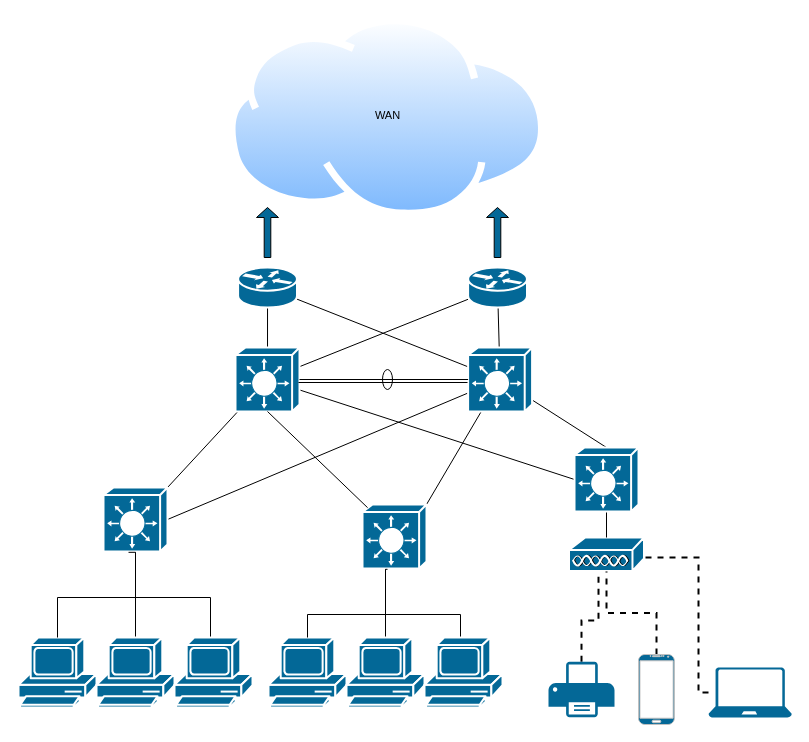
Earlier version of the draw.io diagram page "Page-1" (1 of 2) of SuperNetwork.drawio (Reaimua/Network-Architecture-Project). Source tidied: cells renumbered, new cells numbered last; positions are measured from the earlier drawing's top-left corner, leaving out a move shared by most shapes. Both pictures are drawn from the tidied source at 100%, with x=0, y=0 at pixel (18, 17).
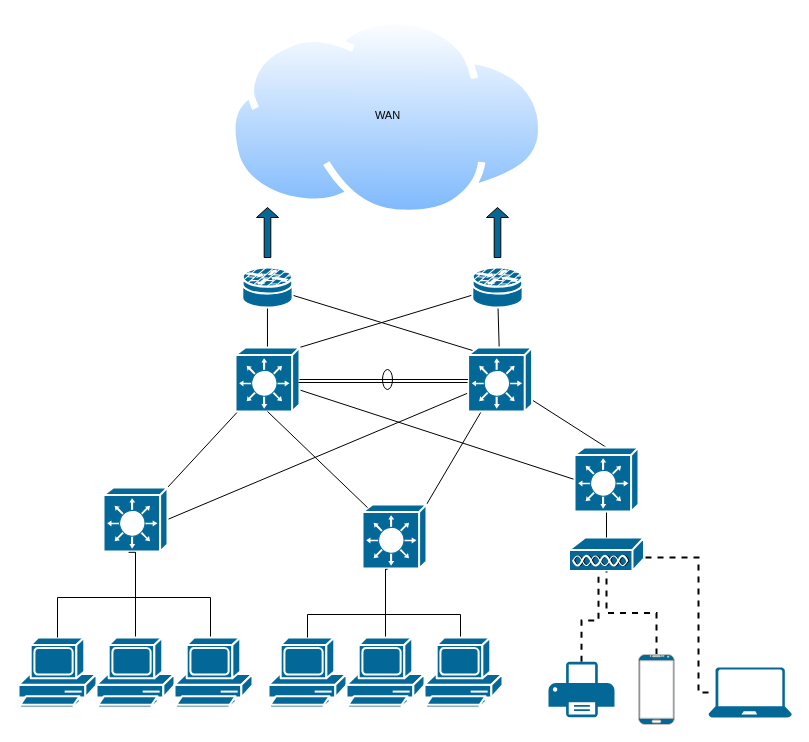
The same page after the edit.

The change refers to these unchanged cells:
```xml
<mxCell id="36" style="shape=mxgraph.cisco.switches.layer_3_switch;html=1;dashed=0;fillColor=#036897;strokeColor=#ffffff;strokeWidth=2;verticalLabelPosition=bottom;verticalAlign=top;align=center;outlineConnect=0;fontFamily=Helvetica;fontSize=11;fontColor=default;" parent="1" vertex="1">
  <mxGeometry x="449.6" y="330" width="64" height="64" as="geometry" />
</mxCell>
<mxCell id="39" style="shape=mxgraph.cisco.switches.layer_3_switch;html=1;dashed=0;fillColor=#036897;strokeColor=#ffffff;strokeWidth=2;verticalLabelPosition=bottom;verticalAlign=top;align=center;outlineConnect=0;fontFamily=Helvetica;fontSize=11;fontColor=default;" parent="1" vertex="1">
  <mxGeometry x="217" y="330" width="64" height="64" as="geometry" />
</mxCell>
```

Change to the diagram source:
```diff
@@
-    <mxCell id="34" style="edgeStyle=none;shape=connector;rounded=0;jettySize=auto;html=1;labelBackgroundColor=default;strokeColor=default;align=center;verticalAlign=middle;fontFamily=Helvetica;fontSize=11;fontColor=default;endArrow=none;endFill=0;" parent="1" edge="1" source="36" target="40">
-      <mxGeometry relative="1" as="geometry" />
-    </mxCell>
-    <mxCell id="35" style="edgeStyle=none;shape=connector;rounded=0;jettySize=auto;html=1;labelBackgroundColor=default;strokeColor=default;align=center;verticalAlign=middle;fontFamily=Helvetica;fontSize=11;fontColor=default;endArrow=none;endFill=0;" parent="1" edge="1" source="36" target="41">
-      <mxGeometry relative="1" as="geometry" />
-    </mxCell>
+    <mxCell id="46" style="edgeStyle=none;shape=connector;rounded=0;jettySize=auto;html=1;labelBackgroundColor=default;strokeColor=default;align=center;verticalAlign=middle;fontFamily=Helvetica;fontSize=11;fontColor=default;endArrow=none;endFill=0;" parent="1" edge="1" source="36" target="51">
+      <mxGeometry relative="1" as="geometry" />
+    </mxCell>
+    <mxCell id="47" style="edgeStyle=none;shape=connector;rounded=0;jettySize=auto;html=1;exitX=0.08;exitY=0.05;exitDx=0;exitDy=0;exitPerimeter=0;labelBackgroundColor=default;strokeColor=default;align=center;verticalAlign=middle;fontFamily=Helvetica;fontSize=11;fontColor=default;endArrow=none;endFill=0;" parent="1" edge="1" source="36" target="50">
+      <mxGeometry relative="1" as="geometry" />
+    </mxCell>
@@
-    <mxCell id="37" style="edgeStyle=none;shape=connector;rounded=0;jettySize=auto;html=1;labelBackgroundColor=default;strokeColor=default;align=center;verticalAlign=middle;fontFamily=Helvetica;fontSize=11;fontColor=default;endArrow=none;endFill=0;" parent="1" edge="1" source="39" target="41">
-      <mxGeometry relative="1" as="geometry" />
-    </mxCell>
-    <mxCell id="38" style="edgeStyle=none;shape=connector;rounded=0;jettySize=auto;html=1;labelBackgroundColor=default;strokeColor=default;align=center;verticalAlign=middle;fontFamily=Helvetica;fontSize=11;fontColor=default;endArrow=none;endFill=0;" parent="1" edge="1" source="39" target="40">
-      <mxGeometry relative="1" as="geometry" />
-    </mxCell>
+    <mxCell id="48" style="edgeStyle=none;shape=connector;rounded=0;jettySize=auto;html=1;labelBackgroundColor=default;strokeColor=default;align=center;verticalAlign=middle;fontFamily=Helvetica;fontSize=11;fontColor=default;endArrow=none;endFill=0;" parent="1" edge="1" source="39" target="50">
+      <mxGeometry relative="1" as="geometry" />
+    </mxCell>
+    <mxCell id="49" style="edgeStyle=none;shape=connector;rounded=0;jettySize=auto;html=1;exitX=1;exitY=0;exitDx=0;exitDy=0;exitPerimeter=0;labelBackgroundColor=default;strokeColor=default;align=center;verticalAlign=middle;fontFamily=Helvetica;fontSize=11;fontColor=default;endArrow=none;endFill=0;" parent="1" edge="1" source="39" target="51">
+      <mxGeometry relative="1" as="geometry" />
+    </mxCell>
@@
-    <mxCell id="40" style="shape=mxgraph.cisco.routers.router;html=1;dashed=0;fillColor=#036897;strokeColor=#ffffff;strokeWidth=2;verticalLabelPosition=bottom;verticalAlign=top;align=center;outlineConnect=0;fontFamily=Helvetica;fontSize=11;fontColor=default;" parent="1" vertex="1">
-      <mxGeometry x="219.6" y="250" width="58.9" height="40" as="geometry" />
-    </mxCell>
-    <mxCell id="41" style="shape=mxgraph.cisco.routers.router;html=1;dashed=0;fillColor=#036897;strokeColor=#ffffff;strokeWidth=2;verticalLabelPosition=bottom;verticalAlign=top;align=center;outlineConnect=0;fontFamily=Helvetica;fontSize=11;fontColor=default;" parent="1" vertex="1">
-      <mxGeometry x="449.6" y="250" width="58.9" height="40" as="geometry" />
-    </mxCell>
@@
+    <mxCell id="50" style="shape=mxgraph.cisco.security.router_firewall;html=1;dashed=0;fillColor=#036897;strokeColor=#ffffff;strokeWidth=2;verticalLabelPosition=bottom;verticalAlign=top;align=center;outlineConnect=0;fontFamily=Helvetica;fontSize=11;fontColor=default;" parent="1" vertex="1">
+      <mxGeometry x="223.8" y="250" width="50.3" height="40" as="geometry" />
+    </mxCell>
+    <mxCell id="51" style="shape=mxgraph.cisco.security.router_firewall;html=1;dashed=0;fillColor=#036897;strokeColor=#ffffff;strokeWidth=2;verticalLabelPosition=bottom;verticalAlign=top;align=center;outlineConnect=0;fontFamily=Helvetica;fontSize=11;fontColor=default;" parent="1" vertex="1">
+      <mxGeometry x="453.8" y="250" width="50.3" height="40" as="geometry" />
+    </mxCell>
```
